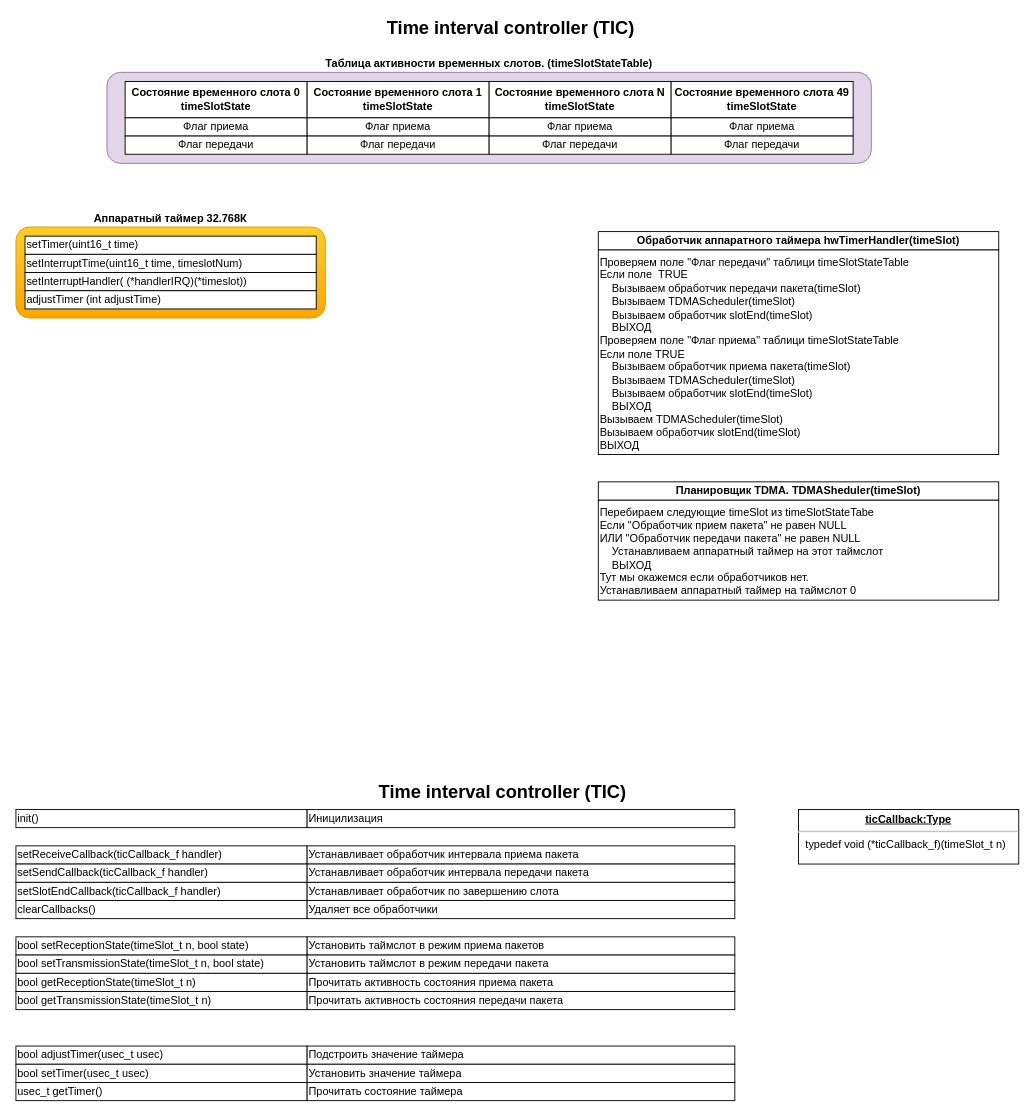
This is page "tic" (1 of 7) of documentation/programm modules/modulse struct.drawio from saurex83/WMNU, a draw.io file, before an edit. Source tidied: cells renumbered, new cells numbered last; positions are measured from the earlier drawing's top-left corner, leaving out a move shared by most shapes. Both pictures are drawn from the tidied source at 91%, with x=0, y=0 at pixel (15, 17).
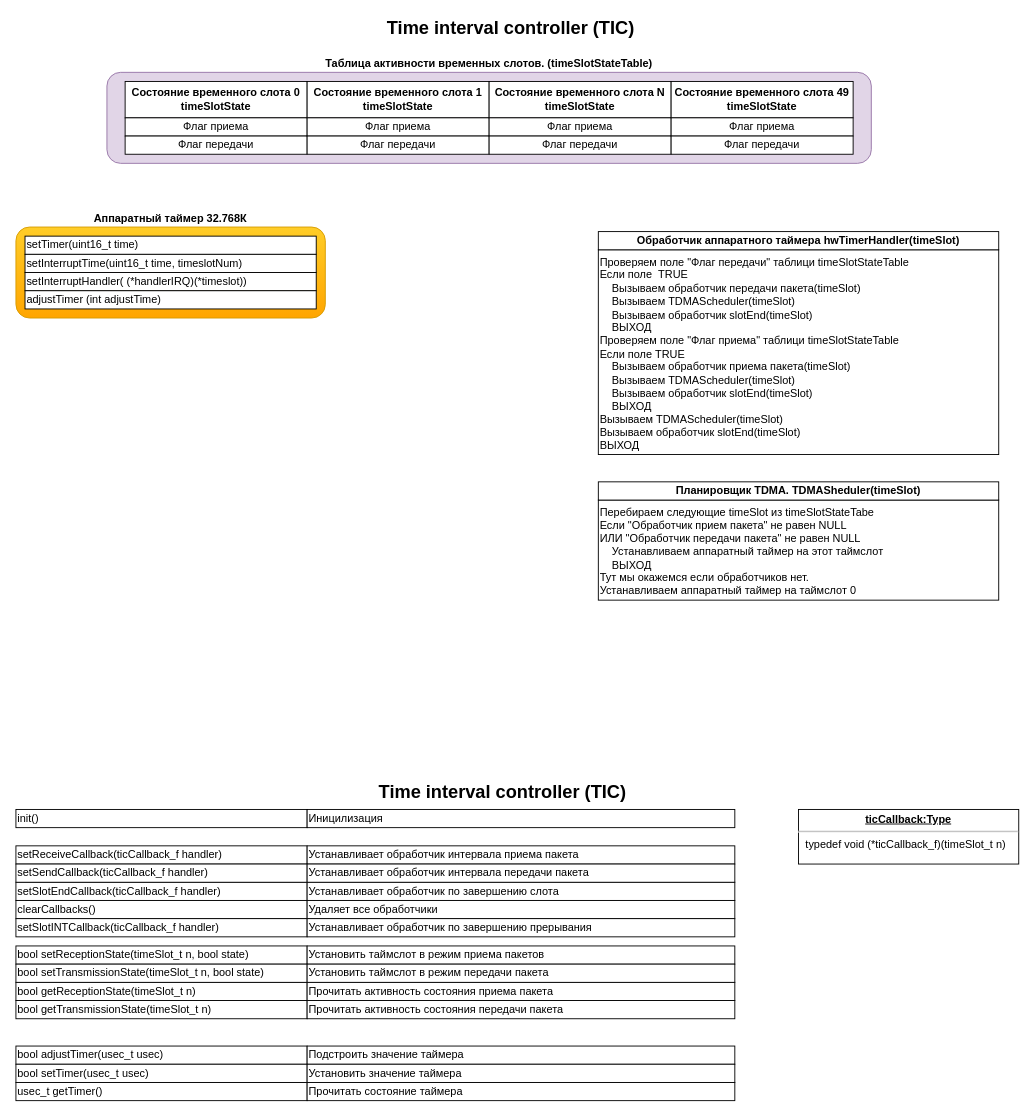
The same diagram, later.

The edit, as a diff of the source:
```diff
@@
     <mxCell id="32" value="bool setReceptionState(timeSlot_t n, bool state)" style="rounded=0;whiteSpace=wrap;html=1;labelBackgroundColor=none;fontSize=12;fontColor=#000000;align=left;" parent="1" vertex="1">
-      <mxGeometry y="1010" width="320" height="20" as="geometry" />
+      <mxGeometry y="1020" width="320" height="20" as="geometry" />
     </mxCell>
     <mxCell id="33" value="Установить таймслот в режим приема пакетов" style="rounded=0;whiteSpace=wrap;html=1;labelBackgroundColor=none;fontSize=12;fontColor=#000000;align=left;" parent="1" vertex="1">
-      <mxGeometry x="320" y="1010" width="470" height="20" as="geometry" />
+      <mxGeometry x="320" y="1020" width="470" height="20" as="geometry" />
     </mxCell>
     <mxCell id="34" value="bool getReceptionState(timeSlot_t n)" style="rounded=0;whiteSpace=wrap;html=1;labelBackgroundColor=none;fontSize=12;fontColor=#000000;align=left;" parent="1" vertex="1">
-      <mxGeometry y="1050" width="320" height="20" as="geometry" />
+      <mxGeometry y="1060" width="320" height="20" as="geometry" />
     </mxCell>
     <mxCell id="35" value="Прочитать активность состояния приема пакета" style="rounded=0;whiteSpace=wrap;html=1;labelBackgroundColor=none;fontSize=12;fontColor=#000000;align=left;" parent="1" vertex="1">
-      <mxGeometry x="320" y="1050" width="470" height="20" as="geometry" />
+      <mxGeometry x="320" y="1060" width="470" height="20" as="geometry" />
     </mxCell>
     <mxCell id="36" value="bool setTransmissionState(timeSlot_t n, bool state)" style="rounded=0;whiteSpace=wrap;html=1;labelBackgroundColor=none;fontSize=12;fontColor=#000000;align=left;" parent="1" vertex="1">
-      <mxGeometry y="1030" width="320" height="20" as="geometry" />
+      <mxGeometry y="1040" width="320" height="20" as="geometry" />
     </mxCell>
     <mxCell id="37" value="Установить таймслот в режим передачи пакета" style="rounded=0;whiteSpace=wrap;html=1;labelBackgroundColor=none;fontSize=12;fontColor=#000000;align=left;" parent="1" vertex="1">
-      <mxGeometry x="320" y="1030" width="470" height="20" as="geometry" />
+      <mxGeometry x="320" y="1040" width="470" height="20" as="geometry" />
     </mxCell>
     <mxCell id="38" value="bool getTransmissionState(timeSlot_t n)" style="rounded=0;whiteSpace=wrap;html=1;labelBackgroundColor=none;fontSize=12;fontColor=#000000;align=left;" parent="1" vertex="1">
-      <mxGeometry y="1070" width="320" height="20" as="geometry" />
+      <mxGeometry y="1080" width="320" height="20" as="geometry" />
     </mxCell>
     <mxCell id="39" value="Прочитать активность состояния передачи пакета" style="rounded=0;whiteSpace=wrap;html=1;labelBackgroundColor=none;fontSize=12;fontColor=#000000;align=left;" parent="1" vertex="1">
-      <mxGeometry x="320" y="1070" width="470" height="20" as="geometry" />
+      <mxGeometry x="320" y="1080" width="470" height="20" as="geometry" />
     </mxCell>
@@
+    <mxCell id="51" value="setSlotINTCallback(ticCallback_f handler)" style="rounded=0;whiteSpace=wrap;html=1;labelBackgroundColor=none;fontSize=12;fontColor=#000000;align=left;" parent="1" vertex="1">
+      <mxGeometry y="990" width="320" height="20" as="geometry" />
+    </mxCell>
+    <mxCell id="52" value="Устанавливает обработчик по завершению прерывания" style="rounded=0;whiteSpace=wrap;html=1;labelBackgroundColor=none;fontSize=12;fontColor=#000000;align=left;" parent="1" vertex="1">
+      <mxGeometry x="320" y="990" width="470" height="20" as="geometry" />
+    </mxCell>
```
